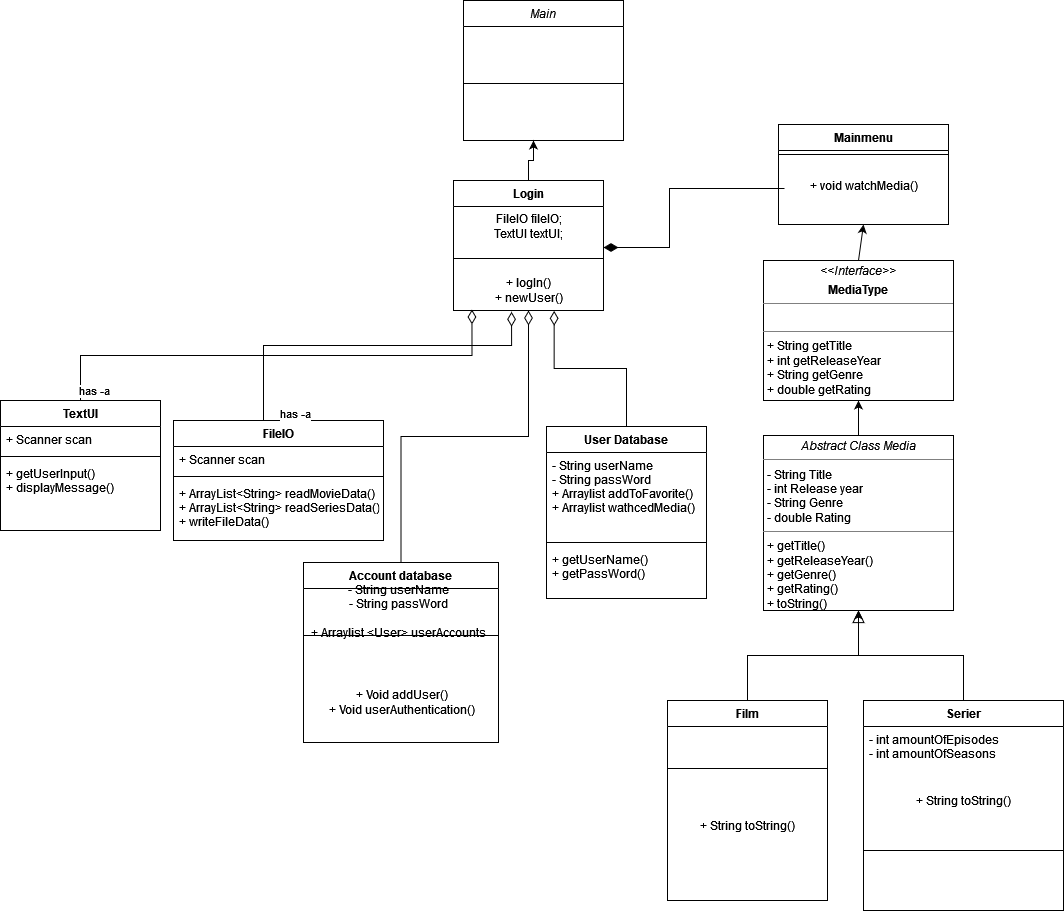
havvand/SP_3 keeps this draw.io diagram as src/Diagrams/Unavngivet diagram.drawio.png. Above is the earlier version. Source tidied: cells renumbered, new cells last; positions are measured from the earlier drawing's top-left corner, leaving out a move shared by most shapes.
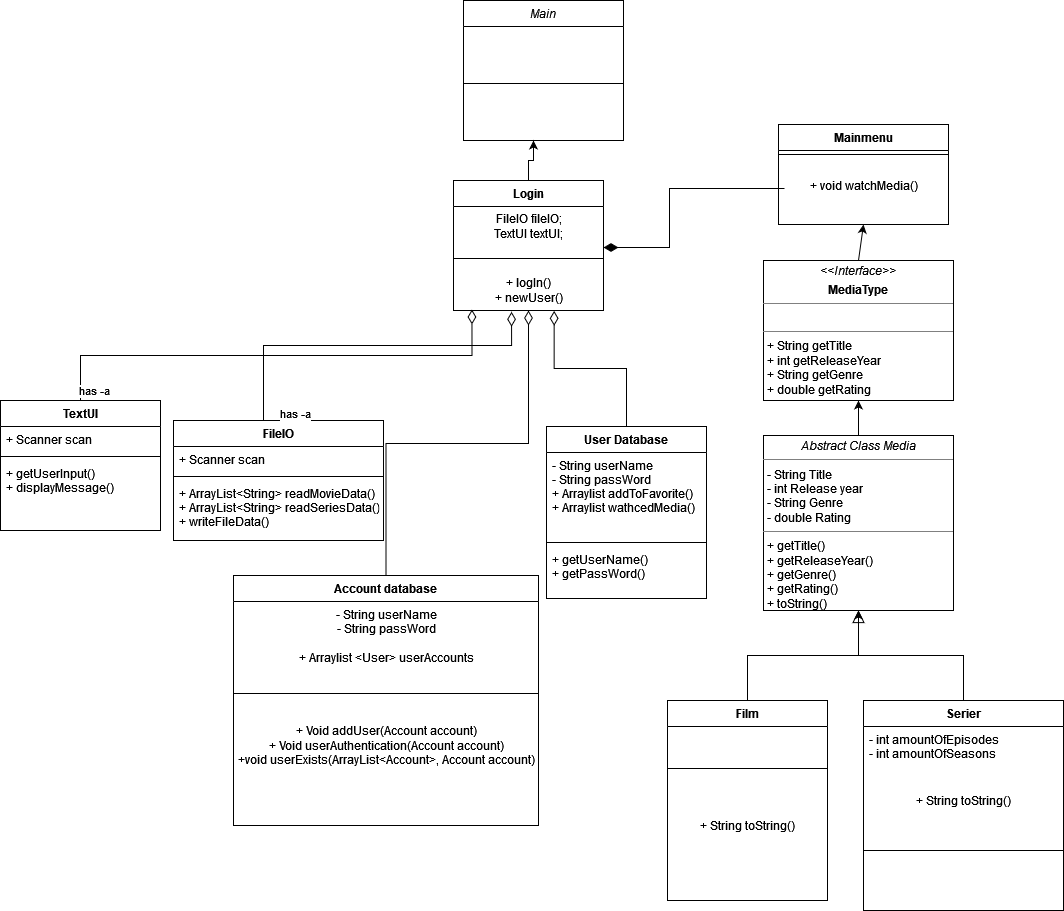
After the change.

What changed in the source:
```diff
@@ -9,13 +9,16 @@
       <mxGeometry y="26" width="160" height="114" as="geometry" />
     </mxCell>
     <mxCell id="4" value="Account database" style="swimlane;fontStyle=1;align=center;verticalAlign=top;horizontal=1;startSize=26;rounded=0;shadow=0;strokeWidth=1;" parent="1" vertex="1">
-      <mxGeometry x="303" y="562" width="195" height="180" as="geometry" />
+      <mxGeometry x="233" y="575" width="305" height="250" as="geometry" />
     </mxCell>
+    <mxCell id="36" value="&lt;div&gt;- String userName&lt;/div&gt;&lt;div&gt;- String passWord&lt;/div&gt;&lt;div&gt;&lt;br&gt;&lt;/div&gt;&lt;div&gt;+ Arraylist &amp;lt;User&amp;gt; userAccounts&lt;/div&gt;" style="text;html=1;align=center;verticalAlign=middle;strokeColor=none;fillColor=none;" parent="4" vertex="1">
+      <mxGeometry y="26" width="305" height="70" as="geometry" />
+    </mxCell>
     <mxCell id="5" style="line;html=1;strokeWidth=1;align=left;verticalAlign=middle;spacingTop=-1;spacingLeft=3;spacingRight=3;labelPosition=right;" parent="4" vertex="1">
-      <mxGeometry y="26" width="195" height="94" as="geometry" />
+      <mxGeometry y="96" width="305" height="44" as="geometry" />
     </mxCell>
-    <mxCell id="6" value="+ Void addUser()&lt;div&gt;+ Void userAuthentication()&lt;br&gt;&lt;/div&gt;" style="text;html=1;align=center;verticalAlign=middle;strokeColor=none;fillColor=none;" parent="4" vertex="1">
-      <mxGeometry y="120" width="195" height="40" as="geometry" />
+    <mxCell id="6" value="+ Void addUser(Account account)&lt;div&gt;+ Void userAuthentication(Account account)&lt;/div&gt;&lt;div&gt;+void userExists(ArrayList&amp;lt;Account&amp;gt;, Account account)&lt;br&gt;&lt;/div&gt;" style="text;html=1;align=center;verticalAlign=middle;strokeColor=none;fillColor=none;" parent="4" vertex="1">
+      <mxGeometry y="140" width="305" height="60" as="geometry" />
     </mxCell>
     <mxCell id="7" style="endArrow=diamondThin;endSize=12;endFill=0;shadow=0;strokeWidth=1;rounded=0;edgeStyle=elbowEdgeStyle;elbow=vertical;entryX=0.5;entryY=1;entryDx=0;entryDy=0;" parent="1" edge="1" source="4" target="17">
       <mxGeometry relative="1" as="geometry" />
@@ -119,9 +122,6 @@
     <mxCell id="35" value="&lt;p style=&quot;margin:0px;margin-top:4px;text-align:center;&quot;&gt;&lt;i&gt;Abstract Class Media&lt;/i&gt;&lt;/p&gt;&lt;hr size=&quot;1&quot;&gt;&lt;p style=&quot;margin:0px;margin-left:4px;&quot;&gt;- String Title&lt;/p&gt;&lt;p style=&quot;margin:0px;margin-left:4px;&quot;&gt;- int Release year&lt;/p&gt;&lt;p style=&quot;margin:0px;margin-left:4px;&quot;&gt;- String Genre&lt;/p&gt;&lt;p style=&quot;margin:0px;margin-left:4px;&quot;&gt;- double Rating&lt;/p&gt;&lt;hr size=&quot;1&quot;&gt;&lt;p style=&quot;margin:0px;margin-left:4px;&quot;&gt;+ getTitle()&lt;br&gt;+ getReleaseYear()&lt;/p&gt;&lt;p style=&quot;margin:0px;margin-left:4px;&quot;&gt;+ getGenre()&lt;br&gt;&lt;/p&gt;&lt;p style=&quot;margin:0px;margin-left:4px;&quot;&gt;+ getRating()&lt;br&gt;&lt;/p&gt;&lt;p style=&quot;margin:0px;margin-left:4px;&quot;&gt;+ toString()&lt;br&gt;&lt;/p&gt;" style="verticalAlign=top;align=left;overflow=fill;fontSize=12;fontFamily=Helvetica;html=1;" parent="1" vertex="1">
       <mxGeometry x="763" y="435" width="190" height="175" as="geometry" />
     </mxCell>
-    <mxCell id="36" value="&lt;div&gt;- String userName&lt;/div&gt;&lt;div&gt;- String passWord&lt;/div&gt;&lt;div&gt;&lt;br&gt;&lt;/div&gt;&lt;div&gt;+ Arraylist &amp;lt;User&amp;gt; userAccounts&lt;/div&gt;" style="text;html=1;align=center;verticalAlign=middle;strokeColor=none;fillColor=none;" parent="1" vertex="1">
-      <mxGeometry x="298" y="576" width="200" height="70" as="geometry" />
-    </mxCell>
     <mxCell id="37" value="&lt;p style=&quot;margin:0px;margin-top:4px;text-align:center;&quot;&gt;&lt;i&gt;&amp;lt;&amp;lt;Interface&amp;gt;&amp;gt;&lt;/i&gt;&lt;/p&gt;&lt;p style=&quot;margin:0px;margin-top:4px;text-align:center;&quot;&gt;&lt;b&gt;MediaType&lt;/b&gt;&lt;br&gt;&lt;/p&gt;&lt;hr size=&quot;1&quot;&gt;&lt;p style=&quot;margin:0px;margin-left:4px;&quot;&gt;&lt;br&gt;&lt;/p&gt;&lt;hr size=&quot;1&quot;&gt;&lt;p style=&quot;margin:0px;margin-left:4px;&quot;&gt;+ String getTitle&lt;/p&gt;&lt;p style=&quot;margin:0px;margin-left:4px;&quot;&gt;+ int getReleaseYear&lt;/p&gt;&lt;p style=&quot;margin:0px;margin-left:4px;&quot;&gt;+ String getGenre&lt;/p&gt;&lt;p style=&quot;margin:0px;margin-left:4px;&quot;&gt;+ double getRating&lt;br&gt;&lt;/p&gt;" style="verticalAlign=top;align=left;overflow=fill;fontSize=12;fontFamily=Helvetica;html=1;" parent="1" vertex="1">
       <mxGeometry x="763" y="260" width="190" height="140" as="geometry" />
     </mxCell>
```
